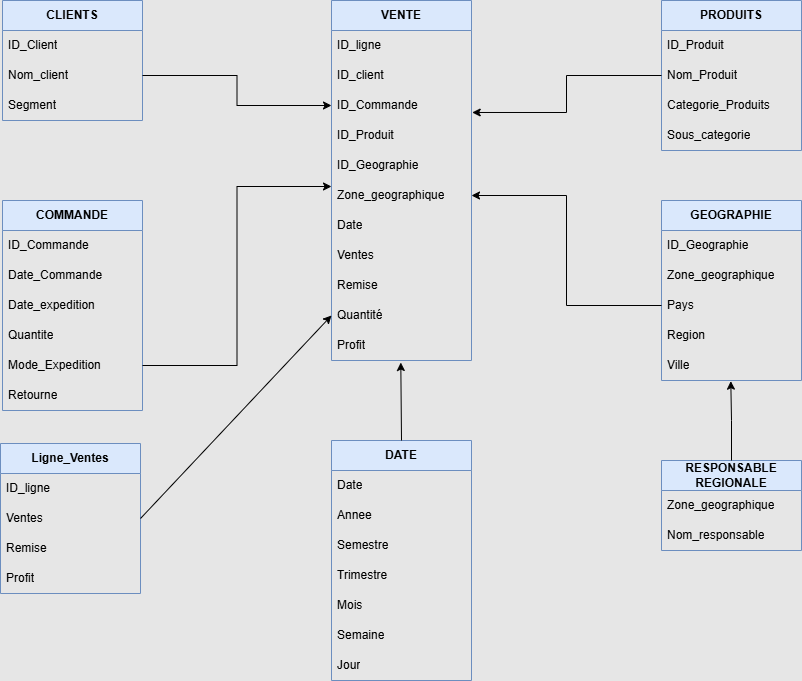
The draw.io diagram Hypermarket Project/Resources/HypermarketDatamart.drawio.png in christart-code/BI, before a commit. Source tidied: cells renumbered, new cells last; positions are measured from the earlier drawing's top-left corner, leaving out a move shared by most shapes.
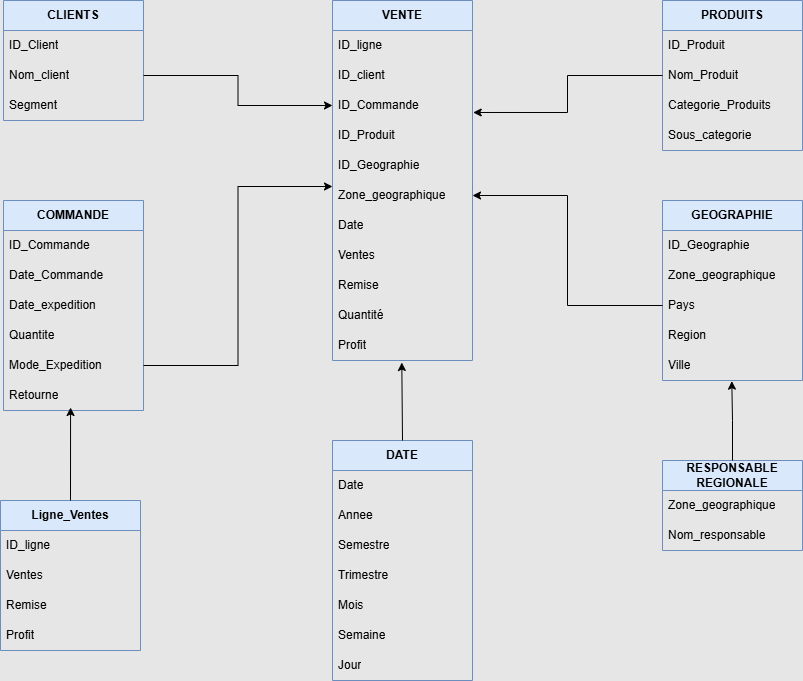
The same diagram one commit later.

Commit message:
Mettre à jour HypermarketDatamart.drawio.png

Change to the diagram source:
```diff
@@ -156,7 +156,7 @@
       <mxGeometry relative="1" as="geometry" />
     </mxCell>
     <mxCell id="53" value="Ligne_Ventes" style="swimlane;fontStyle=1;horizontal=1;startSize=30;whiteSpace=wrap;html=1;fillColor=#dae8fc;strokeColor=#6c8ebf;" parent="1" vertex="1">
-      <mxGeometry y="443" width="140" height="150" as="geometry" />
+      <mxGeometry x="-1" y="500" width="140" height="150" as="geometry" />
     </mxCell>
     <mxCell id="54" value="ID_ligne" style="text;strokeColor=none;fillColor=none;align=left;verticalAlign=middle;spacingLeft=4;spacingRight=4;overflow=hidden;whiteSpace=wrap;html=1;" parent="53" vertex="1">
       <mxGeometry y="30" width="140" height="30" as="geometry" />
@@ -170,8 +170,8 @@
     <mxCell id="57" value="Profit" style="text;strokeColor=none;fillColor=none;align=left;verticalAlign=middle;spacingLeft=4;spacingRight=4;overflow=hidden;whiteSpace=wrap;html=1;" parent="53" vertex="1">
       <mxGeometry y="120" width="140" height="30" as="geometry" />
     </mxCell>
-    <mxCell id="58" style="endArrow=classic;html=1;rounded=0;entryX=0;entryY=0.5;entryDx=0;entryDy=0;exitX=1;exitY=0.5;exitDx=0;exitDy=0;" parent="1" edge="1" source="55" target="12">
-      <mxGeometry relative="1" as="geometry" />
-    </mxCell>
+    <mxCell id="59" style="endArrow=classic;html=1;rounded=0;exitX=0.5;exitY=0;exitDx=0;exitDy=0;entryX=0.479;entryY=0.9;entryDx=0;entryDy=0;entryPerimeter=0;" parent="1" edge="1" source="53" target="29">
+      <mxGeometry relative="1" as="geometry" />
+    </mxCell>
   </root>
 </mxGraphModel>
```
